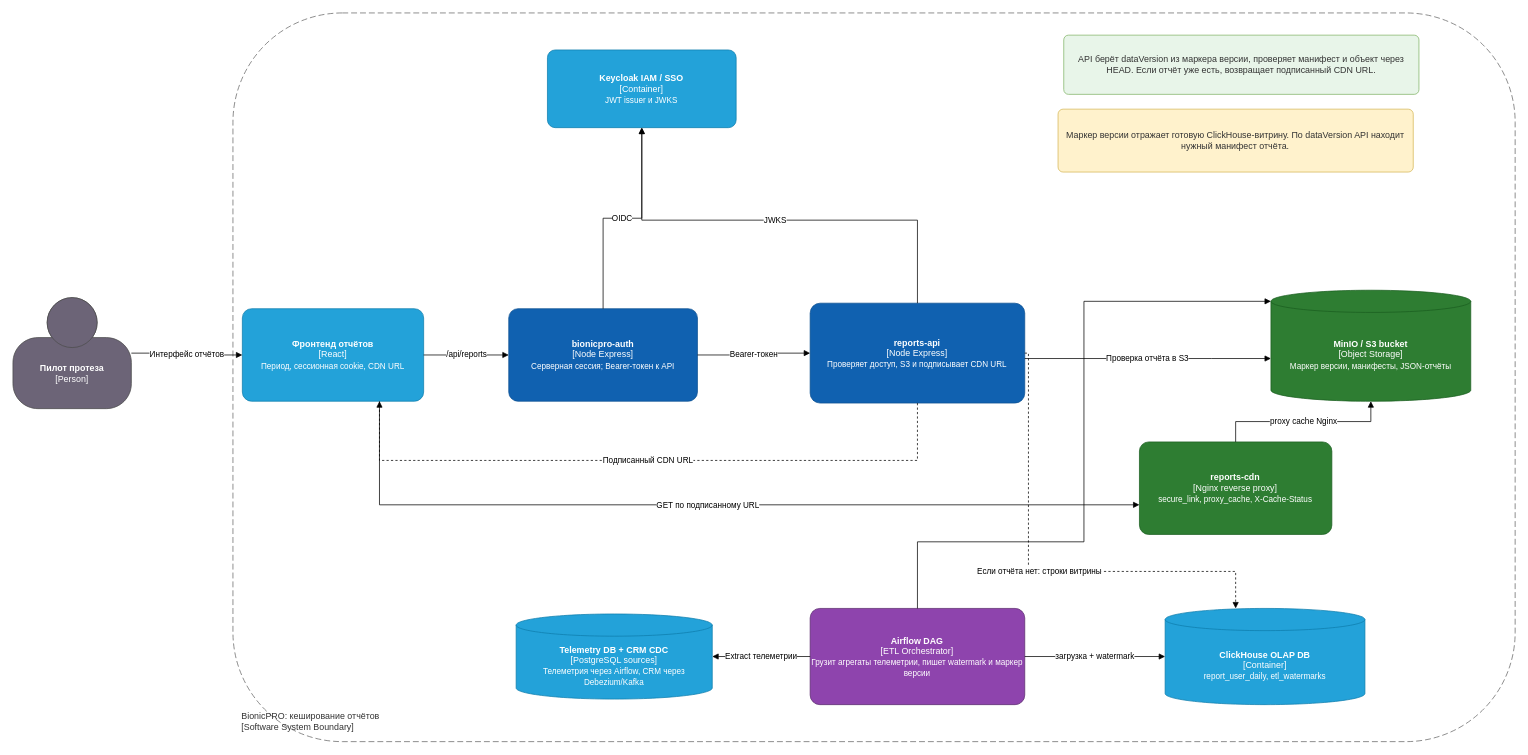
Earlier version of the draw.io diagram architecture/bionicpro-reports-cache-c4.drawio (astandrik/architecture-bionicpro). Source tidied: cells renumbered, new cells numbered last; positions are measured from the earlier drawing's top-left corner, leaving out a move shared by most shapes. Both pictures are drawn from the tidied source at 74%, with x=0, y=0 at pixel (13, 13).
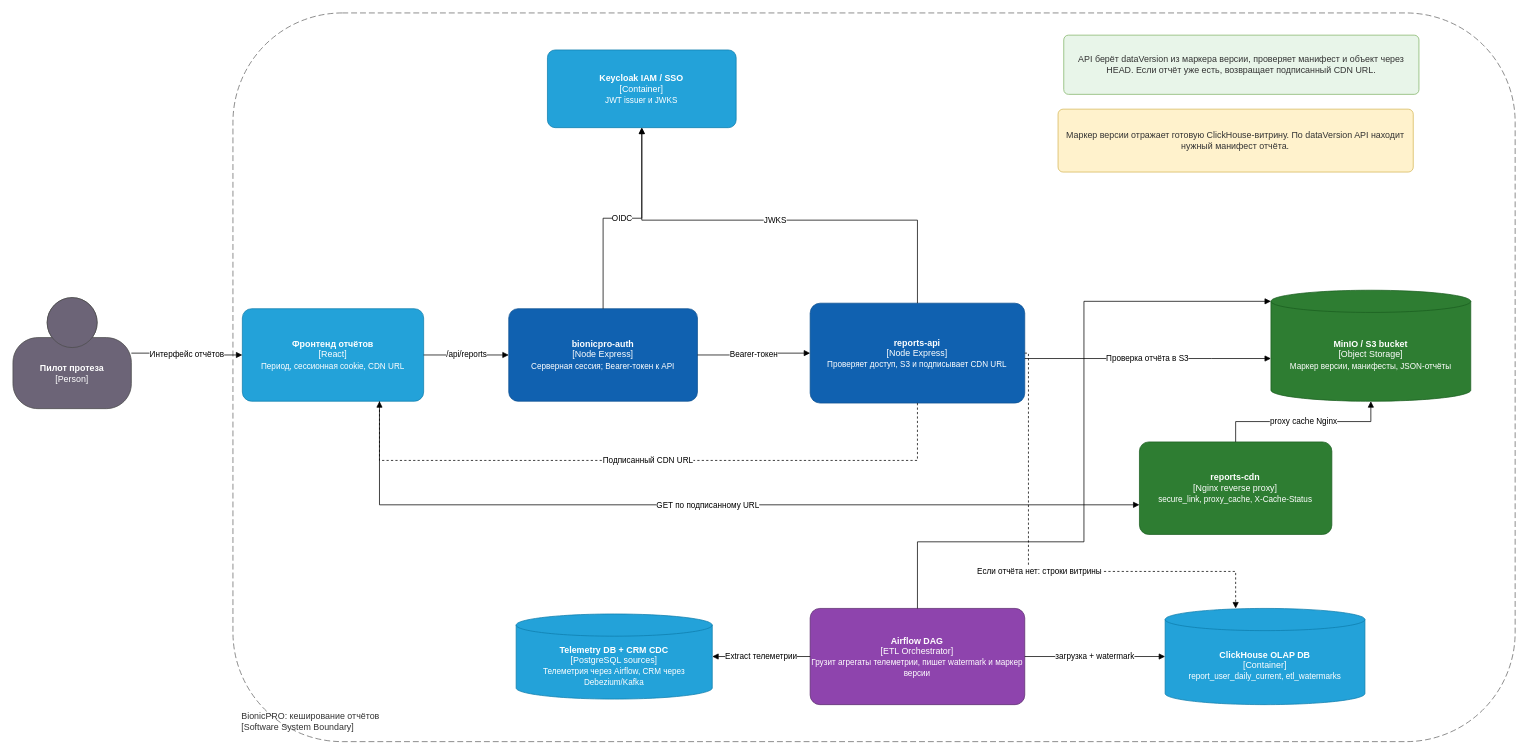
Above is the later version.

Commit message (it also covers changes not shown here):
Align report architecture diagrams with current view

Change to the diagram source:
```diff
@@
-    <mxCell id="10" value="&lt;b&gt;ClickHouse OLAP DB&lt;/b&gt;&lt;br&gt;[Container]&lt;br&gt;&lt;font style=&quot;font-size: 11px&quot;&gt;report_user_daily, etl_watermarks&lt;/font&gt;" style="shape=cylinder3;size=15;whiteSpace=wrap;html=1;boundedLbl=1;fillColor=#23A2D9;strokeColor=#0E7DAD;fontColor=#ffffff;" parent="1" vertex="1">
+    <mxCell id="10" value="&lt;b&gt;ClickHouse OLAP DB&lt;/b&gt;&lt;br&gt;[Container]&lt;br&gt;&lt;font style=&quot;font-size: 11px&quot;&gt;report_user_daily_current, etl_watermarks&lt;/font&gt;" style="shape=cylinder3;size=15;whiteSpace=wrap;html=1;boundedLbl=1;fillColor=#23A2D9;strokeColor=#0E7DAD;fontColor=#ffffff;" parent="1" vertex="1">
       <mxGeometry x="1557" y="804.7" width="270" height="130" as="geometry" />
     </mxCell>
```
